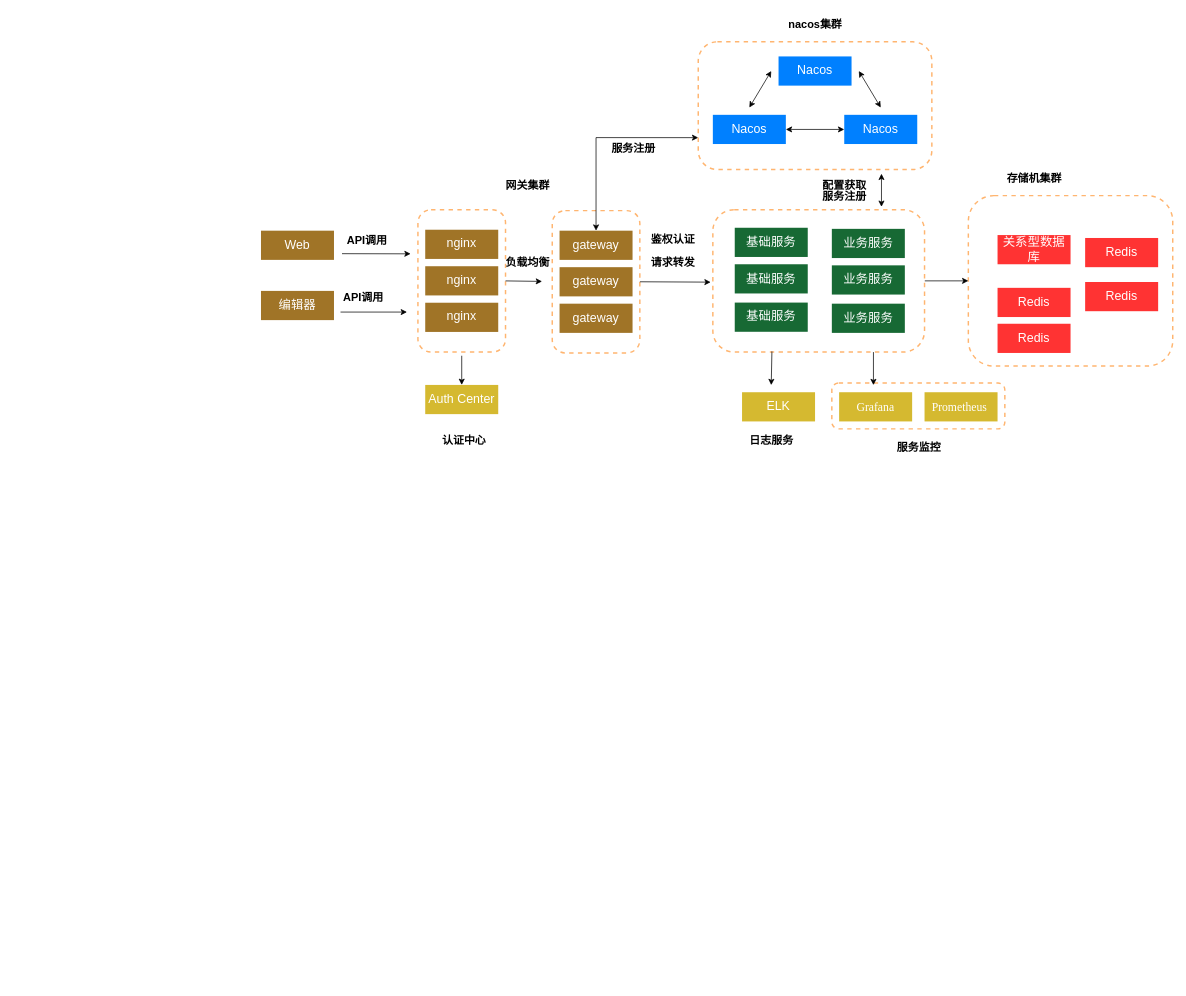
This is csdb/csdb 部署架构图.drawio from DemonHan/KuickBuy, a draw.io file, before an edit. Source tidied: cells renumbered, new cells numbered last; positions are measured from the earlier drawing's top-left corner, leaving out a move shared by most shapes. Both pictures are drawn from the tidied source at 73%, with x=0, y=0 at pixel (261, 12).
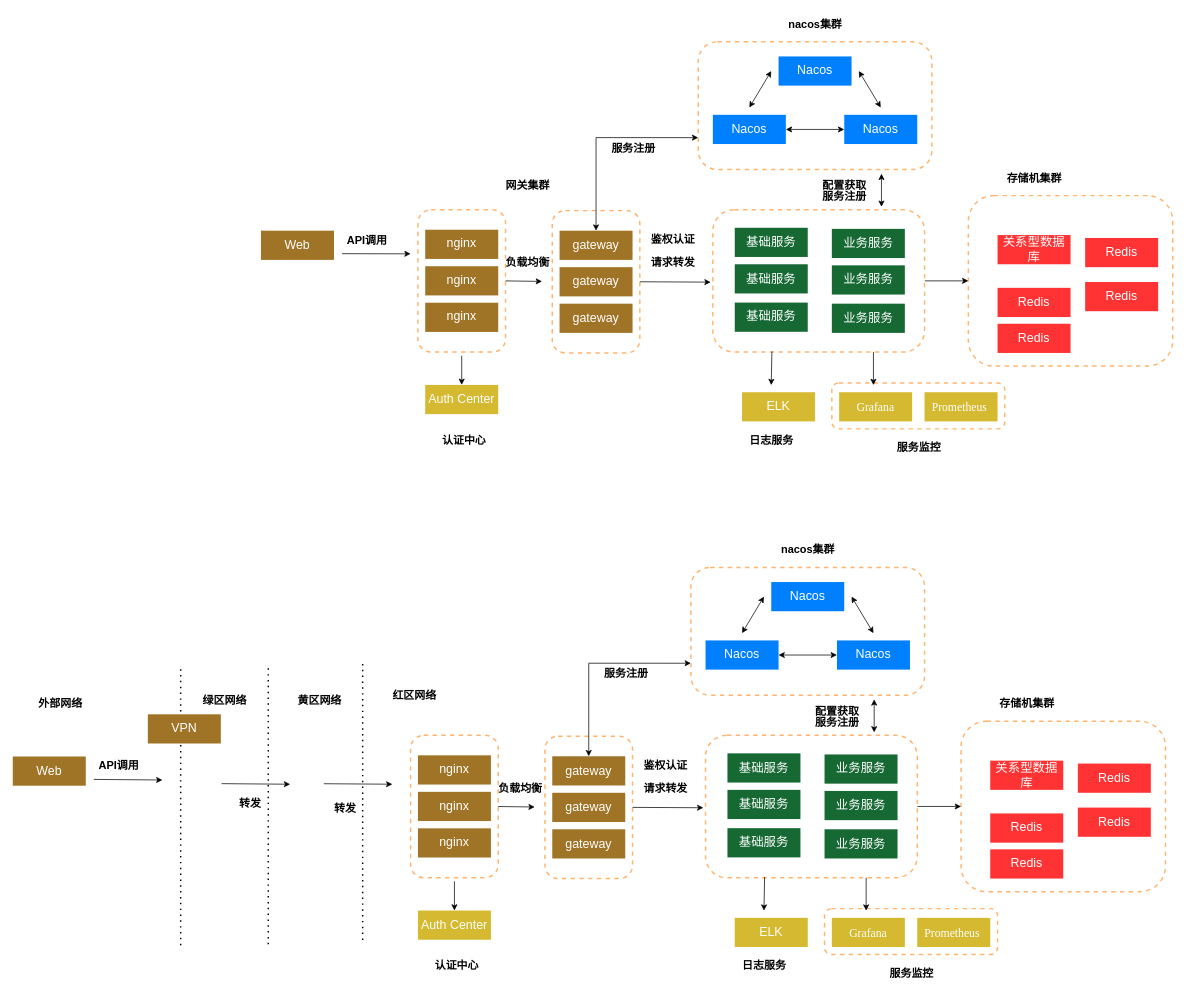
The same diagram, later.

Commit message:
更新csdb 部署架构图.drawio

The edit, as a diff of the source:
```diff
@@
-    <mxCell id="46" value="&lt;font color=&quot;#ffffff&quot;&gt;编辑器&lt;/font&gt;" style="rounded=0;whiteSpace=wrap;html=1;fillColor=#a07427;fontSize=17;strokeColor=none;" parent="1" vertex="1">
-      <mxGeometry y="381" width="100" height="40" as="geometry" />
-    </mxCell>
-    <mxCell id="47" style="endArrow=classic;html=1;rounded=0;" parent="1" edge="1">
-      <mxGeometry relative="1" as="geometry">
-        <mxPoint x="109" y="410" as="sourcePoint" />
-        <mxPoint x="200" y="410" as="targetPoint" />
-      </mxGeometry>
-    </mxCell>
-    <mxCell id="48" value="API调用" style="text;html=1;align=center;verticalAlign=middle;strokeColor=none;fillColor=none;strokeWidth=3;fontSize=15;fontStyle=1;" parent="1" vertex="1">
-      <mxGeometry x="100" y="373.5" width="80" height="30" as="geometry" />
-    </mxCell>
@@
+    <mxCell id="62" style="rounded=1;whiteSpace=wrap;html=1;dashed=1;strokeColor=#FFB570;strokeWidth=2;" parent="1" vertex="1">
+      <mxGeometry x="772" y="1227.2" width="237" height="62.8" as="geometry" />
+    </mxCell>
+    <mxCell id="63" style="rounded=1;whiteSpace=wrap;html=1;dashed=1;strokeColor=#FFB570;strokeWidth=2;" parent="1" vertex="1">
+      <mxGeometry x="389" y="991" width="120" height="195" as="geometry" />
+    </mxCell>
+    <mxCell id="64" style="rounded=1;whiteSpace=wrap;html=1;dashed=1;strokeColor=#FFB570;strokeWidth=2;" parent="1" vertex="1">
+      <mxGeometry x="959" y="970.5" width="280" height="233.5" as="geometry" />
+    </mxCell>
+    <mxCell id="65" style="endArrow=classic;startArrow=classic;html=1;rounded=0;entryX=0;entryY=0.75;entryDx=0;entryDy=0;" parent="1" edge="1" source="98" target="75">
+      <mxGeometry relative="1" as="geometry">
+        <Array as="points">
+          <mxPoint x="449" y="891" />
+        </Array>
+      </mxGeometry>
+    </mxCell>
+    <mxCell id="66" style="endArrow=classic;html=1;rounded=0;" parent="1" edge="1">
+      <mxGeometry relative="1" as="geometry">
+        <mxPoint x="-229" y="1050.2" as="sourcePoint" />
+        <mxPoint x="-135" y="1051" as="targetPoint" />
+      </mxGeometry>
+    </mxCell>
+    <mxCell id="48" value="API调用" style="text;html=1;align=center;verticalAlign=middle;strokeColor=none;fillColor=none;strokeWidth=3;fontSize=15;fontStyle=1;" parent="1" vertex="1">
+      <mxGeometry x="-235" y="1016" width="80" height="30" as="geometry" />
+    </mxCell>
+    <mxCell id="67" value="外部网络" style="text;html=1;align=center;verticalAlign=middle;strokeColor=none;fillColor=none;strokeWidth=3;fontSize=15;fontStyle=1;" parent="1" vertex="1">
+      <mxGeometry x="-315" y="931" width="80" height="30" as="geometry" />
+    </mxCell>
+    <mxCell id="68" value="nacos集群" style="text;html=1;align=center;verticalAlign=middle;strokeColor=none;fillColor=none;strokeWidth=3;fontSize=15;fontStyle=1;" parent="1" vertex="1">
+      <mxGeometry x="699" y="720" width="100" height="30" as="geometry" />
+    </mxCell>
+    <mxCell id="69" style="edgeStyle=orthogonalEdgeStyle;rounded=0;jettySize=auto;html=1;entryX=0;entryY=0.5;entryDx=0;entryDy=0;" parent="1" edge="1" source="70" target="64">
+      <mxGeometry relative="1" as="geometry" />
+    </mxCell>
+    <mxCell id="70" style="rounded=1;whiteSpace=wrap;html=1;dashed=1;strokeColor=#FFB570;strokeWidth=2;" parent="1" vertex="1">
+      <mxGeometry x="609" y="989.8" width="290" height="195" as="geometry" />
+    </mxCell>
+    <mxCell id="71" value="&lt;font color=&quot;#ffffff&quot;&gt;基础服务&lt;/font&gt;" style="rounded=0;whiteSpace=wrap;html=1;fillColor=#176934;fontSize=17;strokeColor=none;" parent="1" vertex="1">
+      <mxGeometry x="639" y="1014.5" width="100" height="40" as="geometry" />
+    </mxCell>
+    <mxCell id="72" value="&lt;span style=&quot;color: rgb(255, 255, 255);&quot;&gt;基础服务&lt;/span&gt;" style="rounded=0;whiteSpace=wrap;html=1;fillColor=#176934;fontSize=17;strokeColor=none;" parent="1" vertex="1">
+      <mxGeometry x="639" y="1064.5" width="100" height="40" as="geometry" />
+    </mxCell>
+    <mxCell id="73" value="&lt;span style=&quot;color: rgb(255, 255, 255);&quot;&gt;基础服务&lt;/span&gt;" style="rounded=0;whiteSpace=wrap;html=1;fillColor=#176934;fontSize=17;strokeColor=none;" parent="1" vertex="1">
+      <mxGeometry x="639" y="1117" width="100" height="40" as="geometry" />
+    </mxCell>
+    <mxCell id="74" style="group;" parent="1" vertex="1">
+      <mxGeometry x="589" y="759.8" width="320" height="175" as="geometry" />
+    </mxCell>
+    <mxCell id="75" style="rounded=1;whiteSpace=wrap;html=1;dashed=1;strokeColor=#FFB570;strokeWidth=2;" parent="74" vertex="1">
+      <mxGeometry width="320" height="175" as="geometry" />
+    </mxCell>
+    <mxCell id="76" value="&lt;font color=&quot;#ffffff&quot; style=&quot;font-size: 17px;&quot;&gt;Nacos&lt;/font&gt;" style="rounded=0;whiteSpace=wrap;html=1;fillColor=#0080ff;fontSize=17;strokeColor=none;" parent="74" vertex="1">
+      <mxGeometry x="110" y="20" width="100" height="40" as="geometry" />
+    </mxCell>
+    <mxCell id="77" value="&lt;font color=&quot;#ffffff&quot; style=&quot;font-size: 17px;&quot;&gt;Nacos&lt;/font&gt;" style="rounded=0;whiteSpace=wrap;html=1;fillColor=#0080ff;fontSize=17;strokeColor=none;" parent="74" vertex="1">
+      <mxGeometry x="200" y="100" width="100" height="40" as="geometry" />
+    </mxCell>
+    <mxCell id="78" value="&lt;font color=&quot;#ffffff&quot; style=&quot;font-size: 17px;&quot;&gt;Nacos&lt;/font&gt;" style="rounded=0;whiteSpace=wrap;html=1;fillColor=#0080ff;fontSize=17;strokeColor=none;" parent="74" vertex="1">
+      <mxGeometry x="20" y="100" width="100" height="40" as="geometry" />
+    </mxCell>
+    <mxCell id="79" style="endArrow=classic;startArrow=classic;html=1;rounded=0;" parent="74" edge="1">
+      <mxGeometry relative="1" as="geometry">
+        <mxPoint x="70" y="90" as="sourcePoint" />
+        <mxPoint x="100" y="40" as="targetPoint" />
+      </mxGeometry>
+    </mxCell>
+    <mxCell id="80" style="endArrow=classic;startArrow=classic;html=1;rounded=0;" parent="74" edge="1">
+      <mxGeometry relative="1" as="geometry">
+        <mxPoint x="250" y="90" as="sourcePoint" />
+        <mxPoint x="220" y="40" as="targetPoint" />
+      </mxGeometry>
+    </mxCell>
+    <mxCell id="81" style="endArrow=classic;startArrow=classic;html=1;rounded=0;" parent="74" edge="1">
+      <mxGeometry relative="1" as="geometry">
+        <mxPoint x="200" y="120" as="sourcePoint" />
+        <mxPoint x="120" y="120" as="targetPoint" />
+      </mxGeometry>
+    </mxCell>
+    <mxCell id="82" style="endArrow=classic;html=1;rounded=0;exitX=1;exitY=0.5;exitDx=0;exitDy=0;" parent="1" edge="1" source="63">
+      <mxGeometry relative="1" as="geometry">
+        <mxPoint x="606" y="1089" as="targetPoint" />
+      </mxGeometry>
+    </mxCell>
+    <mxCell id="83" value="&lt;font color=&quot;#ffffff&quot;&gt;Auth Center&lt;/font&gt;" style="rounded=0;whiteSpace=wrap;html=1;fillColor=#d5b930;fontSize=17;strokeColor=none;" parent="1" vertex="1">
+      <mxGeometry x="215" y="1229.8" width="100" height="40" as="geometry" />
+    </mxCell>
+    <mxCell id="84" style="endArrow=classic;html=1;rounded=0;entryX=0.5;entryY=0;entryDx=0;entryDy=0;" parent="1" edge="1" target="83">
+      <mxGeometry relative="1" as="geometry">
+        <mxPoint x="265" y="1189.8" as="sourcePoint" />
+      </mxGeometry>
+    </mxCell>
+    <mxCell id="85" value="认证中心" style="text;html=1;align=center;verticalAlign=middle;strokeColor=none;fillColor=none;strokeWidth=3;fontSize=15;fontStyle=1;" parent="1" vertex="1">
+      <mxGeometry x="228" y="1289.8" width="80" height="30" as="geometry" />
+    </mxCell>
+    <mxCell id="86" value="&lt;font color=&quot;#ffffff&quot;&gt;ELK&lt;/font&gt;" style="rounded=0;whiteSpace=wrap;html=1;fillColor=#d5b930;fontSize=17;strokeColor=none;" parent="1" vertex="1">
+      <mxGeometry x="649" y="1239.8" width="100" height="40" as="geometry" />
+    </mxCell>
+    <mxCell id="87" style="endArrow=classic;html=1;rounded=0;exitX=0.279;exitY=0.995;exitDx=0;exitDy=0;exitPerimeter=0;" parent="1" edge="1" source="70">
+      <mxGeometry relative="1" as="geometry">
+        <mxPoint x="689" y="1230" as="targetPoint" />
+      </mxGeometry>
+    </mxCell>
+    <mxCell id="88" value="日志服务" style="text;html=1;align=center;verticalAlign=middle;strokeColor=none;fillColor=none;strokeWidth=3;fontSize=15;fontStyle=1;" parent="1" vertex="1">
+      <mxGeometry x="649" y="1290" width="80" height="30" as="geometry" />
+    </mxCell>
+    <mxCell id="89" value="&lt;span style=&quot;font-size:12.0pt;mso-bidi-font-size:&lt;br/&gt;11.0pt;line-height:150%;font-family:&amp;quot;Times New Roman&amp;quot;,serif;mso-fareast-font-family:&lt;br/&gt;宋体;mso-bidi-theme-font:minor-bidi;mso-font-kerning:1.0pt;mso-ansi-language:&lt;br/&gt;EN-US;mso-fareast-language:ZH-CN;mso-bidi-language:AR-SA&quot; lang=&quot;EN-US&quot;&gt;Grafana&lt;/span&gt;" style="rounded=0;whiteSpace=wrap;html=1;fillColor=#d5b930;fontSize=17;strokeColor=none;fontColor=#FFFFFF;" parent="1" vertex="1">
+      <mxGeometry x="782" y="1239.8" width="100" height="40" as="geometry" />
+    </mxCell>
+    <mxCell id="90" style="endArrow=classic;html=1;rounded=0;exitX=0.279;exitY=0.995;exitDx=0;exitDy=0;exitPerimeter=0;" parent="1" edge="1">
+      <mxGeometry relative="1" as="geometry">
+        <mxPoint x="829" y="1184.8" as="sourcePoint" />
+        <mxPoint x="829" y="1230" as="targetPoint" />
+      </mxGeometry>
+    </mxCell>
+    <mxCell id="91" value="服务监控" style="text;html=1;align=center;verticalAlign=middle;strokeColor=none;fillColor=none;strokeWidth=3;fontSize=15;fontStyle=1;" parent="1" vertex="1">
+      <mxGeometry x="850.5" y="1300" width="80" height="30" as="geometry" />
+    </mxCell>
+    <mxCell id="92" value="&lt;font color=&quot;#ffffff&quot;&gt;关系型数据库&lt;/font&gt;" style="rounded=0;whiteSpace=wrap;html=1;fillColor=#FF3333;fontSize=17;strokeColor=none;" parent="1" vertex="1">
+      <mxGeometry x="999" y="1024.5" width="100" height="40" as="geometry" />
+    </mxCell>
+    <mxCell id="93" value="&lt;font color=&quot;#ffffff&quot;&gt;Redis&lt;/font&gt;" style="rounded=0;whiteSpace=wrap;html=1;fillColor=#FF3333;fontSize=17;strokeColor=none;" parent="1" vertex="1">
+      <mxGeometry x="999" y="1096.8" width="100" height="40" as="geometry" />
+    </mxCell>
+    <mxCell id="94" value="&lt;font color=&quot;#ffffff&quot;&gt;业务服务&lt;/font&gt;" style="rounded=0;whiteSpace=wrap;html=1;fillColor=#176934;fontSize=17;strokeColor=none;" parent="1" vertex="1">
+      <mxGeometry x="772" y="1016" width="100" height="40" as="geometry" />
+    </mxCell>
+    <mxCell id="95" value="&lt;span style=&quot;color: rgb(255, 255, 255);&quot;&gt;业务服务&lt;/span&gt;" style="rounded=0;whiteSpace=wrap;html=1;fillColor=#176934;fontSize=17;strokeColor=none;" parent="1" vertex="1">
+      <mxGeometry x="772" y="1066" width="100" height="40" as="geometry" />
+    </mxCell>
+    <mxCell id="96" value="&lt;span style=&quot;color: rgb(255, 255, 255);&quot;&gt;业务服务&lt;/span&gt;" style="rounded=0;whiteSpace=wrap;html=1;fillColor=#176934;fontSize=17;strokeColor=none;" parent="1" vertex="1">
+      <mxGeometry x="772" y="1118.5" width="100" height="40" as="geometry" />
+    </mxCell>
+    <mxCell id="97" style="rounded=1;whiteSpace=wrap;html=1;dashed=1;strokeColor=#FFB570;strokeWidth=2;" parent="1" vertex="1">
+      <mxGeometry x="205" y="989.8" width="120" height="195" as="geometry" />
+    </mxCell>
+    <mxCell id="98" value="&lt;font color=&quot;#ffffff&quot;&gt;gateway&lt;/font&gt;" style="rounded=0;whiteSpace=wrap;html=1;fillColor=#a07427;fontSize=17;strokeColor=none;" parent="1" vertex="1">
+      <mxGeometry x="399" y="1018.5" width="100" height="40" as="geometry" />
+    </mxCell>
+    <mxCell id="99" value="&lt;font color=&quot;#ffffff&quot;&gt;gateway&lt;/font&gt;" style="rounded=0;whiteSpace=wrap;html=1;fillColor=#a07427;fontSize=17;strokeColor=none;" parent="1" vertex="1">
+      <mxGeometry x="399" y="1068.5" width="100" height="40" as="geometry" />
+    </mxCell>
+    <mxCell id="100" value="&lt;font color=&quot;#ffffff&quot;&gt;gateway&lt;/font&gt;" style="rounded=0;whiteSpace=wrap;html=1;fillColor=#a07427;fontSize=17;strokeColor=none;" parent="1" vertex="1">
+      <mxGeometry x="399" y="1118.5" width="100" height="40" as="geometry" />
+    </mxCell>
+    <mxCell id="101" value="&lt;font color=&quot;#ffffff&quot;&gt;nginx&lt;/font&gt;" style="rounded=0;whiteSpace=wrap;html=1;fillColor=#a07427;fontSize=17;strokeColor=none;" parent="1" vertex="1">
+      <mxGeometry x="215" y="1017.2" width="100" height="40" as="geometry" />
+    </mxCell>
+    <mxCell id="102" value="&lt;span style=&quot;color: rgb(255, 255, 255);&quot;&gt;nginx&lt;/span&gt;" style="rounded=0;whiteSpace=wrap;html=1;fillColor=#a07427;fontSize=17;strokeColor=none;" parent="1" vertex="1">
+      <mxGeometry x="215" y="1067.2" width="100" height="40" as="geometry" />
+    </mxCell>
+    <mxCell id="103" value="&lt;span style=&quot;color: rgb(255, 255, 255);&quot;&gt;nginx&lt;/span&gt;" style="rounded=0;whiteSpace=wrap;html=1;fillColor=#a07427;fontSize=17;strokeColor=none;" parent="1" vertex="1">
+      <mxGeometry x="215" y="1117.2" width="100" height="40" as="geometry" />
+    </mxCell>
+    <mxCell id="104" value="&lt;font color=&quot;#ffffff&quot;&gt;Web&lt;/font&gt;" style="rounded=0;whiteSpace=wrap;html=1;fillColor=#a07427;fontSize=17;strokeColor=none;" parent="1" vertex="1">
+      <mxGeometry x="-340" y="1018.8" width="100" height="40" as="geometry" />
+    </mxCell>
+    <mxCell id="105" style="endArrow=classic;html=1;rounded=0;exitX=1;exitY=0.5;exitDx=0;exitDy=0;" parent="1" edge="1" source="97">
+      <mxGeometry relative="1" as="geometry">
+        <mxPoint x="375" y="1088" as="targetPoint" />
+      </mxGeometry>
+    </mxCell>
+    <mxCell id="106" value="负载均衡" style="text;html=1;align=center;verticalAlign=middle;strokeColor=none;fillColor=none;strokeWidth=3;fontSize=15;fontStyle=1;" parent="1" vertex="1">
+      <mxGeometry x="315" y="1047.2" width="80" height="30" as="geometry" />
+    </mxCell>
+    <mxCell id="107" value="请求转发" style="text;html=1;align=center;verticalAlign=middle;strokeColor=none;fillColor=none;strokeWidth=3;fontSize=15;fontStyle=1;" parent="1" vertex="1">
+      <mxGeometry x="514" y="1047.2" width="80" height="30" as="geometry" />
+    </mxCell>
+    <mxCell id="108" value="&lt;span lang=&quot;EN-US&quot; style=&quot;font-size:12.0pt;mso-bidi-font-size:&lt;br/&gt;11.0pt;line-height:150%;font-family:&amp;quot;Times New Roman&amp;quot;,serif;mso-fareast-font-family:&lt;br/&gt;宋体;mso-bidi-theme-font:minor-bidi;mso-font-kerning:1.0pt;mso-ansi-language:&lt;br/&gt;EN-US;mso-fareast-language:ZH-CN;mso-bidi-language:AR-SA&quot;&gt;Prometheus&amp;nbsp;&lt;/span&gt;" style="rounded=0;whiteSpace=wrap;html=1;fillColor=#d5b930;fontSize=17;strokeColor=none;fontColor=#FFFFFF;" parent="1" vertex="1">
+      <mxGeometry x="899" y="1239.8" width="100" height="40" as="geometry" />
+    </mxCell>
+    <mxCell id="109" value="存储机集群" style="text;html=1;align=center;verticalAlign=middle;strokeColor=none;fillColor=none;strokeWidth=3;fontSize=15;fontStyle=1;" parent="1" vertex="1">
+      <mxGeometry x="999" y="931" width="100" height="30" as="geometry" />
+    </mxCell>
+    <mxCell id="110" value="&lt;font color=&quot;#ffffff&quot;&gt;Redis&lt;/font&gt;" style="rounded=0;whiteSpace=wrap;html=1;fillColor=#FF3333;fontSize=17;strokeColor=none;" parent="1" vertex="1">
+      <mxGeometry x="999" y="1146" width="100" height="40" as="geometry" />
+    </mxCell>
+    <mxCell id="111" value="&lt;font color=&quot;#ffffff&quot;&gt;Redis&lt;/font&gt;" style="rounded=0;whiteSpace=wrap;html=1;fillColor=#FF3333;fontSize=17;strokeColor=none;" parent="1" vertex="1">
+      <mxGeometry x="1119" y="1028.5" width="100" height="40" as="geometry" />
+    </mxCell>
+    <mxCell id="112" value="&lt;font color=&quot;#ffffff&quot;&gt;Redis&lt;/font&gt;" style="rounded=0;whiteSpace=wrap;html=1;fillColor=#FF3333;fontSize=17;strokeColor=none;" parent="1" vertex="1">
+      <mxGeometry x="1119" y="1088.8" width="100" height="40" as="geometry" />
+    </mxCell>
+    <mxCell id="113" value="服务注册" style="text;html=1;align=center;verticalAlign=middle;strokeColor=none;fillColor=none;strokeWidth=3;fontSize=15;fontStyle=1;" parent="1" vertex="1">
+      <mxGeometry x="460" y="890" width="80" height="30" as="geometry" />
+    </mxCell>
+    <mxCell id="114" value="鉴权认证" style="text;html=1;align=center;verticalAlign=middle;strokeColor=none;fillColor=none;strokeWidth=3;fontSize=15;fontStyle=1;" parent="1" vertex="1">
+      <mxGeometry x="514" y="1014.5" width="80" height="30" as="geometry" />
+    </mxCell>
+    <mxCell id="115" value="服务注册" style="text;html=1;align=center;verticalAlign=middle;strokeColor=none;fillColor=none;strokeWidth=3;fontSize=15;fontStyle=1;" parent="1" vertex="1">
+      <mxGeometry x="749" y="955.8" width="80" height="30" as="geometry" />
+    </mxCell>
+    <mxCell id="116" style="endArrow=classic;html=1;rounded=0;exitX=0.279;exitY=0.995;exitDx=0;exitDy=0;exitPerimeter=0;startArrow=classic;startFill=1;" parent="1" edge="1">
+      <mxGeometry relative="1" as="geometry">
+        <mxPoint x="840" y="940.5" as="sourcePoint" />
+        <mxPoint x="840" y="985.8" as="targetPoint" />
+      </mxGeometry>
+    </mxCell>
+    <mxCell id="117" value="配置获取" style="text;html=1;align=center;verticalAlign=middle;strokeColor=none;fillColor=none;strokeWidth=3;fontSize=15;fontStyle=1;" parent="1" vertex="1">
+      <mxGeometry x="749" y="940.5" width="80" height="30" as="geometry" />
+    </mxCell>
+    <mxCell id="118" style="endArrow=none;dashed=1;html=1;dashPattern=1 3;strokeWidth=2;rounded=0;" parent="1" edge="1">
+      <mxGeometry relative="1" as="geometry">
+        <mxPoint x="-110" y="1277.2" as="sourcePoint" />
+        <mxPoint x="-110" y="897.2" as="targetPoint" />
+      </mxGeometry>
+    </mxCell>
+    <mxCell id="119" value="&lt;font color=&quot;#ffffff&quot;&gt;VPN&lt;/font&gt;" style="rounded=0;whiteSpace=wrap;html=1;fillColor=#a07427;fontSize=17;strokeColor=none;" parent="1" vertex="1">
+      <mxGeometry x="-155" y="961" width="100" height="40" as="geometry" />
+    </mxCell>
+    <mxCell id="120" style="endArrow=none;dashed=1;html=1;dashPattern=1 3;strokeWidth=2;rounded=0;" parent="1" edge="1">
+      <mxGeometry relative="1" as="geometry">
+        <mxPoint x="10" y="1276" as="sourcePoint" />
+        <mxPoint x="10" y="896" as="targetPoint" />
+      </mxGeometry>
+    </mxCell>
+    <mxCell id="121" value="绿区网络" style="text;html=1;align=center;verticalAlign=middle;strokeColor=none;fillColor=none;strokeWidth=3;fontSize=15;fontStyle=1;" parent="1" vertex="1">
+      <mxGeometry x="-90" y="925.8" width="80" height="30" as="geometry" />
+    </mxCell>
+    <mxCell id="122" style="endArrow=none;dashed=1;html=1;dashPattern=1 3;strokeWidth=2;rounded=0;" parent="1" edge="1">
+      <mxGeometry relative="1" as="geometry">
+        <mxPoint x="139.3" y="1270" as="sourcePoint" />
+        <mxPoint x="139.3" y="890" as="targetPoint" />
+      </mxGeometry>
+    </mxCell>
+    <mxCell id="123" value="黄区网络" style="text;html=1;align=center;verticalAlign=middle;strokeColor=none;fillColor=none;strokeWidth=3;fontSize=15;fontStyle=1;" parent="1" vertex="1">
+      <mxGeometry x="40" y="925.8" width="80" height="30" as="geometry" />
+    </mxCell>
+    <mxCell id="124" style="endArrow=classic;html=1;rounded=0;" parent="1" edge="1">
+      <mxGeometry relative="1" as="geometry">
+        <mxPoint x="-54" y="1056" as="sourcePoint" />
+        <mxPoint x="40" y="1056.8" as="targetPoint" />
+      </mxGeometry>
+    </mxCell>
+    <mxCell id="125" style="endArrow=classic;html=1;rounded=0;" parent="1" edge="1">
+      <mxGeometry relative="1" as="geometry">
+        <mxPoint x="86" y="1056.1" as="sourcePoint" />
+        <mxPoint x="180" y="1056.8" as="targetPoint" />
+      </mxGeometry>
+    </mxCell>
+    <mxCell id="126" value="红区网络" style="text;html=1;align=center;verticalAlign=middle;strokeColor=none;fillColor=none;strokeWidth=3;fontSize=15;fontStyle=1;" parent="1" vertex="1">
+      <mxGeometry x="170" y="920" width="80" height="30" as="geometry" />
+    </mxCell>
+    <mxCell id="127" value="转发" style="text;html=1;align=center;verticalAlign=middle;strokeColor=none;fillColor=none;strokeWidth=3;fontSize=15;fontStyle=1;" parent="1" vertex="1">
+      <mxGeometry x="-40" y="1067.2" width="50" height="30" as="geometry" />
+    </mxCell>
+    <mxCell id="128" value="转发" style="text;html=1;align=center;verticalAlign=middle;strokeColor=none;fillColor=none;strokeWidth=3;fontSize=15;fontStyle=1;" parent="1" vertex="1">
+      <mxGeometry x="90" y="1074.5" width="50" height="30" as="geometry" />
+    </mxCell>
```
